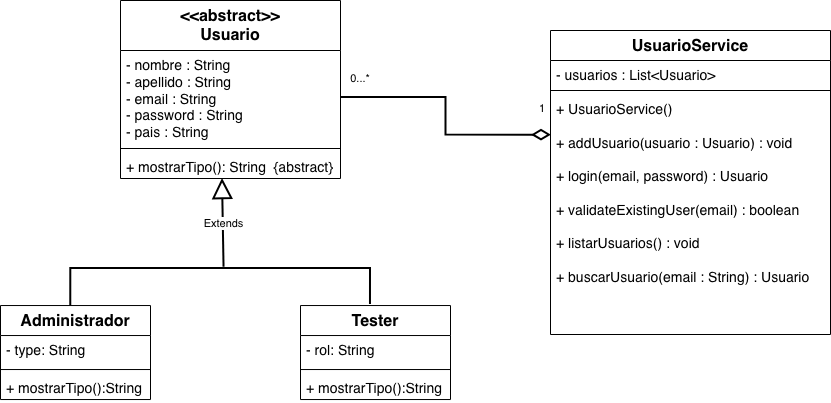
This is docs/images/UML.drawio.png from Diegodlba/tarea_cestore, a draw.io export, as it was before one commit. Source tidied: cells renumbered, new cells last; positions are measured from the earlier drawing's top-left corner, leaving out a move shared by most shapes.
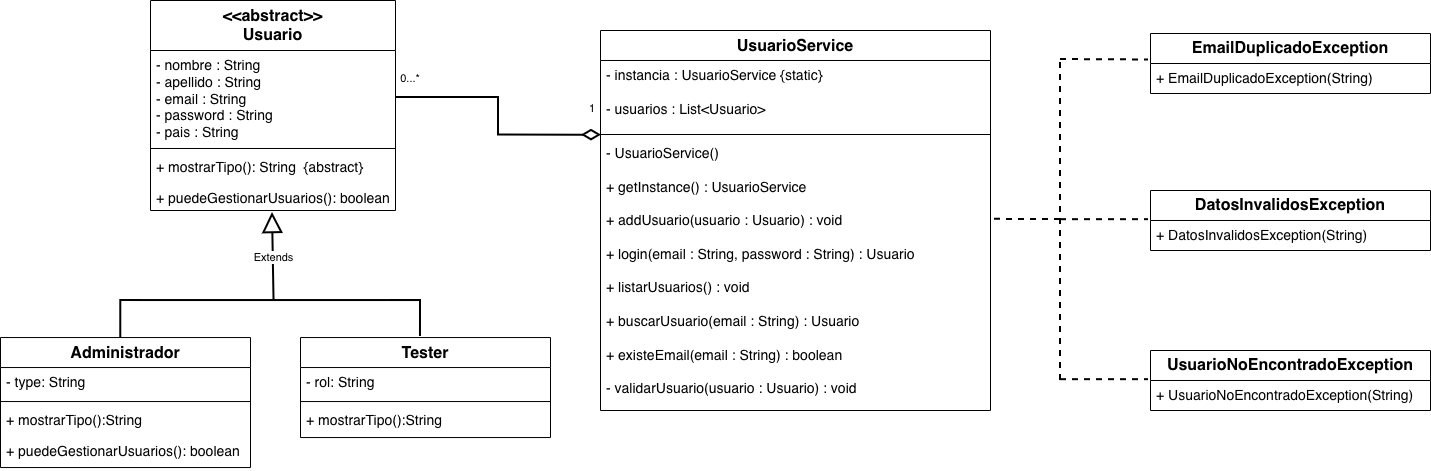
The same file after the commit.

Diff of the diagram source:
```diff
@@ -3,39 +3,39 @@
     <mxCell id="0" />
     <mxCell id="1" parent="0" />
     <mxCell id="2" value="&lt;font style=&quot;font-size: 16px;&quot;&gt;UsuarioService&lt;/font&gt;" style="swimlane;fontStyle=1;align=center;verticalAlign=top;horizontal=1;startSize=30;whiteSpace=wrap;html=1;" parent="1" vertex="1">
-      <mxGeometry x="550" y="30" width="280" height="304" as="geometry" />
+      <mxGeometry x="550" y="30" width="390" height="380" as="geometry" />
     </mxCell>
-    <mxCell id="3" value="&lt;font style=&quot;font-size: 14px;&quot;&gt;- usuarios : List&amp;lt;Usuario&amp;gt;&amp;nbsp;&lt;/font&gt;" style="text;strokeColor=none;fillColor=none;align=left;verticalAlign=top;spacingLeft=4;spacingRight=4;overflow=hidden;whiteSpace=wrap;html=1;" parent="2" vertex="1">
-      <mxGeometry y="30" width="280" height="26" as="geometry" />
+    <mxCell id="3" value="&lt;div&gt;&lt;font style=&quot;font-size: 14px;&quot;&gt;- instancia : UsuarioService {static}&amp;nbsp;&lt;/font&gt;&lt;/div&gt;&lt;font style=&quot;font-size: 14px;&quot;&gt;&lt;div&gt;&lt;font style=&quot;font-size: 14px;&quot;&gt;&lt;br&gt;&lt;/font&gt;&lt;/div&gt;- usuarios : List&amp;lt;Usuario&amp;gt;&amp;nbsp;&lt;/font&gt;" style="text;strokeColor=none;fillColor=none;align=left;verticalAlign=top;spacingLeft=4;spacingRight=4;overflow=hidden;whiteSpace=wrap;html=1;" parent="2" vertex="1">
+      <mxGeometry y="30" width="390" height="70" as="geometry" />
     </mxCell>
     <mxCell id="4" style="line;strokeWidth=1;fillColor=none;align=left;verticalAlign=middle;spacingTop=-1;spacingLeft=3;spacingRight=3;labelPosition=right;strokeColor=inherit;" parent="2" vertex="1">
-      <mxGeometry y="56" width="280" height="8" as="geometry" />
+      <mxGeometry y="100" width="390" height="8" as="geometry" />
     </mxCell>
-    <mxCell id="5" value="&lt;font style=&quot;font-size: 14px;&quot;&gt;+ UsuarioService()&lt;br&gt;&lt;br&gt;&lt;/font&gt;&lt;div&gt;&lt;font style=&quot;font-size: 14px;&quot;&gt;+ addUsuario(usuario : Usuario) : void&amp;nbsp;&lt;br&gt;&lt;br&gt;+ login(email, password) : Usuario &lt;br&gt;&lt;br&gt;+ validateExistingUser(email) : boolean&lt;/font&gt;&lt;/div&gt;&lt;div&gt;&lt;font style=&quot;font-size: 14px;&quot;&gt;&lt;br&gt;&lt;/font&gt;&lt;/div&gt;&lt;div&gt;&lt;font style=&quot;font-size: 14px;&quot;&gt;+ listarUsuarios() : void&lt;/font&gt;&lt;/div&gt;&lt;div&gt;&lt;font style=&quot;font-size: 14px;&quot;&gt;&lt;br&gt;+ buscarUsuario(email : String) : Usuario&lt;/font&gt;&lt;/div&gt;" style="text;strokeColor=none;fillColor=none;align=left;verticalAlign=top;spacingLeft=4;spacingRight=4;overflow=hidden;whiteSpace=wrap;html=1;" parent="2" vertex="1">
-      <mxGeometry y="64" width="280" height="240" as="geometry" />
+    <mxCell id="5" value="&lt;font style=&quot;font-size: 14px;&quot;&gt;- UsuarioService()&lt;/font&gt;&lt;div&gt;&lt;font style=&quot;font-size: 14px;&quot;&gt;&lt;br&gt;&lt;/font&gt;&lt;/div&gt;&lt;div&gt;&lt;font style=&quot;font-size: 14px;&quot;&gt;+ getInstance() : UsuarioService&lt;br&gt;&lt;br&gt;&lt;/font&gt;&lt;div&gt;&lt;font style=&quot;font-size: 14px;&quot;&gt;+ addUsuario(usuario : Usuario) : void&amp;nbsp;&lt;br&gt;&lt;br&gt;+ login(email : String, password : String&lt;/font&gt;&lt;span style=&quot;font-size: 14px; background-color: transparent; color: light-dark(rgb(0, 0, 0), rgb(255, 255, 255));&quot;&gt;) : Usuario&lt;/span&gt;&lt;/div&gt;&lt;div&gt;&lt;font style=&quot;font-size: 14px;&quot;&gt;&lt;br&gt;&lt;/font&gt;&lt;/div&gt;&lt;div&gt;&lt;font style=&quot;font-size: 14px;&quot;&gt;+ listarUsuarios() : void&lt;/font&gt;&lt;/div&gt;&lt;div&gt;&lt;font style=&quot;font-size: 14px;&quot;&gt;&lt;br&gt;+ buscarUsuario(email : String) : Usuario&lt;/font&gt;&lt;/div&gt;&lt;/div&gt;&lt;div&gt;&lt;font style=&quot;font-size: 14px;&quot;&gt;&lt;br&gt;&lt;/font&gt;&lt;/div&gt;&lt;div&gt;&lt;font style=&quot;font-size: 14px;&quot;&gt;+ existeEmail(email : String) : boolean&lt;/font&gt;&lt;/div&gt;&lt;div&gt;&lt;font style=&quot;font-size: 14px;&quot;&gt;&lt;br&gt;&lt;/font&gt;&lt;/div&gt;&lt;div&gt;&lt;font style=&quot;font-size: 14px;&quot;&gt;- validarUsuario(usuario : Usuario) : void&lt;/font&gt;&lt;/div&gt;" style="text;strokeColor=none;fillColor=none;align=left;verticalAlign=top;spacingLeft=4;spacingRight=4;overflow=hidden;whiteSpace=wrap;html=1;" parent="2" vertex="1">
+      <mxGeometry y="108" width="390" height="272" as="geometry" />
     </mxCell>
     <mxCell id="6" value="Extends" style="endArrow=block;endSize=16;endFill=0;html=1;rounded=0;entryX=0.5;entryY=1.106;entryDx=0;entryDy=0;entryPerimeter=0;exitX=0.511;exitY=1.088;exitDx=0;exitDy=0;exitPerimeter=0;strokeWidth=2;" parent="1" edge="1">
       <mxGeometry relative="1" as="geometry">
-        <mxPoint x="223.5" y="266.7" as="sourcePoint" />
-        <mxPoint x="222" y="178" as="targetPoint" />
+        <mxPoint x="223.5" y="300.7" as="sourcePoint" />
+        <mxPoint x="222" y="212" as="targetPoint" />
       </mxGeometry>
     </mxCell>
     <mxCell id="7" style="line;strokeWidth=2;fillColor=none;align=left;verticalAlign=middle;spacingTop=-1;spacingLeft=3;spacingRight=3;labelPosition=right;strokeColor=inherit;" parent="1" vertex="1">
-      <mxGeometry x="80" y="264" width="290" height="8" as="geometry" />
+      <mxGeometry x="80" y="296" width="290" height="8" as="geometry" />
     </mxCell>
     <mxCell id="8" style="ellipse;whiteSpace=wrap;html=1;align=center;fillColor=none;strokeColor=none;perimeter=centerPerimeter;" parent="1" vertex="1">
-      <mxGeometry x="260" y="336" width="10" height="10" as="geometry" />
+      <mxGeometry x="260" y="368" width="10" height="10" as="geometry" />
     </mxCell>
     <mxCell id="9" style="edgeStyle=orthogonalEdgeStyle;rounded=0;orthogonalLoop=1;jettySize=auto;html=1;entryX=0.857;entryY=0.096;entryDx=0;entryDy=0;entryPerimeter=0;startArrow=none;startFill=0;endArrow=none;endFill=0;strokeWidth=2;" parent="1" edge="1">
       <mxGeometry relative="1" as="geometry">
-        <mxPoint x="340" y="268" as="sourcePoint" />
-        <mxPoint x="370" y="304" as="targetPoint" />
+        <mxPoint x="340" y="300" as="sourcePoint" />
+        <mxPoint x="370" y="336" as="targetPoint" />
       </mxGeometry>
     </mxCell>
     <mxCell id="10" style="edgeStyle=orthogonalEdgeStyle;rounded=0;orthogonalLoop=1;jettySize=auto;html=1;entryX=0.352;entryY=-0.007;entryDx=0;entryDy=0;entryPerimeter=0;strokeWidth=2;endArrow=none;endFill=0;" parent="1" edge="1">
       <mxGeometry relative="1" as="geometry">
-        <mxPoint x="91" y="268" as="sourcePoint" />
-        <mxPoint x="70.3" y="305.7" as="targetPoint" />
+        <mxPoint x="91" y="300" as="sourcePoint" />
+        <mxPoint x="70.3" y="337.7" as="targetPoint" />
       </mxGeometry>
     </mxCell>
     <mxCell id="11" style="endArrow=none;html=1;endSize=12;startArrow=diamondThin;startSize=14;startFill=0;edgeStyle=orthogonalEdgeStyle;align=left;verticalAlign=bottom;rounded=0;exitX=0.004;exitY=0.186;exitDx=0;exitDy=0;exitPerimeter=0;strokeWidth=2;endFill=0;" parent="1" edge="1" target="15">
@@ -50,40 +50,87 @@
       <mxGeometry x="512" y="93" width="60" height="30" as="geometry" />
     </mxCell>
     <mxCell id="14" value="&lt;font style=&quot;font-size: 16px;&quot;&gt;&amp;lt;&amp;lt;abstract&amp;gt;&amp;gt;&lt;/font&gt;&lt;div&gt;&lt;font style=&quot;font-size: 16px;&quot;&gt;Usuario&lt;/font&gt;&lt;/div&gt;" style="swimlane;fontStyle=1;align=center;verticalAlign=top;horizontal=1;startSize=50;whiteSpace=wrap;html=1;" parent="1" vertex="1">
-      <mxGeometry x="120" width="220" height="178" as="geometry" />
+      <mxGeometry x="100" width="245" height="210" as="geometry" />
     </mxCell>
     <mxCell id="15" value="&lt;span style=&quot;font-size: 14px;&quot;&gt;- nombre : String&lt;/span&gt;&lt;br style=&quot;font-size: 14px;&quot;&gt;&lt;span style=&quot;font-size: 14px;&quot;&gt;- apellido : String&lt;/span&gt;&lt;br style=&quot;font-size: 14px;&quot;&gt;&lt;span style=&quot;font-size: 14px;&quot;&gt;- email : String&lt;/span&gt;&lt;br style=&quot;font-size: 14px;&quot;&gt;&lt;span style=&quot;font-size: 14px;&quot;&gt;- password : String&lt;/span&gt;&lt;br style=&quot;font-size: 14px;&quot;&gt;&lt;span style=&quot;font-size: 14px;&quot;&gt;- pais : String&lt;/span&gt;" style="text;strokeColor=none;fillColor=none;align=left;verticalAlign=top;spacingLeft=4;spacingRight=4;overflow=hidden;points=[[0,0.5],[1,0.5]];portConstraint=eastwest;whiteSpace=wrap;html=1;" parent="14" vertex="1">
-      <mxGeometry y="50" width="220" height="94" as="geometry" />
+      <mxGeometry y="50" width="245" height="94" as="geometry" />
     </mxCell>
     <mxCell id="16" style="line;strokeWidth=1;fillColor=none;align=left;verticalAlign=middle;spacingTop=-1;spacingLeft=3;spacingRight=3;labelPosition=right;strokeColor=inherit;" parent="14" vertex="1">
-      <mxGeometry y="144" width="220" height="8" as="geometry" />
+      <mxGeometry y="144" width="245" height="8" as="geometry" />
     </mxCell>
-    <mxCell id="17" value="&lt;font style=&quot;font-size: 14px;&quot;&gt;+ mostrarTipo(): String&amp;nbsp; {abstract}&lt;/font&gt;" style="text;strokeColor=none;fillColor=none;align=left;verticalAlign=top;spacingLeft=4;spacingRight=4;overflow=hidden;whiteSpace=wrap;html=1;" parent="14" vertex="1">
-      <mxGeometry y="152" width="220" height="26" as="geometry" />
+    <mxCell id="17" value="&lt;font style=&quot;font-size: 14px;&quot;&gt;+ mostrarTipo(): String&amp;nbsp; {abstract}&lt;/font&gt;&lt;div&gt;&lt;font style=&quot;font-size: 14px;&quot;&gt;&lt;pre class=&quot;overflow-visible! px-0!&quot;&gt;&lt;div class=&quot;relative w-full mt-4 mb-1&quot;&gt;&lt;div class=&quot;&quot;&gt;&lt;div class=&quot;contents&quot;&gt;&lt;div class=&quot;relative&quot;&gt;&lt;div class=&quot;h-full min-h-0 min-w-0&quot;&gt;&lt;div class=&quot;h-full min-h-0 min-w-0&quot;&gt;&lt;div class=&quot;border border-token-border-light border-radius-3xl corner-superellipse/1.1 rounded-3xl&quot;&gt;&lt;div class=&quot;h-full w-full border-radius-3xl bg-(--code-block-surface) corner-superellipse/1.1 overflow-clip rounded-3xl [--code-block-surface:var(--bg-elevated-secondary)] dark:[--code-block-surface:var(--composer-surface-primary)] lxnfua_clipPathFallback&quot;&gt;&lt;div class=&quot;relative&quot;&gt;&lt;div class=&quot;pe-11 pt-3&quot;&gt;&lt;div class=&quot;relative z-0 flex max-w-full&quot;&gt;&lt;div id=&quot;code-block-viewer&quot; dir=&quot;ltr&quot; class=&quot;q9tKkq_viewer cm-editor z-10 light:cm-light dark:cm-light flex h-full w-full flex-col items-stretch ͼs ͼ16&quot;&gt;&lt;div class=&quot;cm-scroller&quot;&gt;&lt;pre class=&quot;cm-content q9tKkq_readonly m-0 PDq2pG_selectionAnchorContainer&quot;&gt;&lt;code&gt;&lt;font face=&quot;Helvetica&quot;&gt;+ puedeGestionarUsuarios(): boolean&lt;/font&gt;&lt;/code&gt;&lt;span aria-hidden=&quot;true&quot; class=&quot;PDq2pG_selectionAnchor&quot;&gt;&lt;/span&gt;&lt;/pre&gt;&lt;/div&gt;&lt;/div&gt;&lt;/div&gt;&lt;/div&gt;&lt;/div&gt;&lt;/div&gt;&lt;/div&gt;&lt;/div&gt;&lt;/div&gt;&lt;div class=&quot;&quot;&gt;&lt;div class=&quot;&quot;&gt;&lt;/div&gt;&lt;/div&gt;&lt;/div&gt;&lt;/div&gt;&lt;/div&gt;&lt;/div&gt;&lt;/pre&gt;&lt;br/&gt;&lt;p&gt;&lt;/p&gt;&lt;/font&gt;&lt;/div&gt;" style="text;strokeColor=none;fillColor=none;align=left;verticalAlign=top;spacingLeft=4;spacingRight=4;overflow=hidden;whiteSpace=wrap;html=1;" parent="14" vertex="1">
+      <mxGeometry y="152" width="245" height="58" as="geometry" />
     </mxCell>
     <mxCell id="18" value="&lt;span style=&quot;font-size: 16px;&quot;&gt;Administrador&lt;/span&gt;" style="swimlane;fontStyle=1;align=center;verticalAlign=top;horizontal=1;startSize=30;whiteSpace=wrap;html=1;" parent="1" vertex="1">
-      <mxGeometry y="305" width="150" height="94" as="geometry" />
+      <mxGeometry x="-50" y="337" width="250" height="130" as="geometry" />
     </mxCell>
     <mxCell id="19" value="&lt;span style=&quot;font-size: 14px;&quot;&gt;- type: String&lt;/span&gt;" style="text;strokeColor=none;fillColor=none;align=left;verticalAlign=top;spacingLeft=4;spacingRight=4;overflow=hidden;whiteSpace=wrap;html=1;" parent="18" vertex="1">
-      <mxGeometry y="30" width="150" height="30" as="geometry" />
+      <mxGeometry y="30" width="250" height="30" as="geometry" />
     </mxCell>
     <mxCell id="20" style="line;strokeWidth=1;fillColor=none;align=left;verticalAlign=middle;spacingTop=-1;spacingLeft=3;spacingRight=3;labelPosition=right;strokeColor=inherit;" parent="18" vertex="1">
-      <mxGeometry y="60" width="150" height="8" as="geometry" />
+      <mxGeometry y="60" width="250" height="8" as="geometry" />
     </mxCell>
-    <mxCell id="21" value="&lt;font style=&quot;font-size: 14px;&quot;&gt;+ mostrarTipo():String&lt;/font&gt;" style="text;strokeColor=none;fillColor=none;align=left;verticalAlign=top;spacingLeft=4;spacingRight=4;overflow=hidden;whiteSpace=wrap;html=1;" parent="18" vertex="1">
-      <mxGeometry y="68" width="150" height="26" as="geometry" />
+    <mxCell id="21" value="&lt;font style=&quot;font-size: 14px;&quot;&gt;+ mostrarTipo():String&lt;/font&gt;&lt;div&gt;&lt;font style=&quot;font-size: 14px;&quot;&gt;&lt;div class=&quot;h-full min-h-0 min-w-0&quot; style=&quot;font-family: monospace; white-space: pre;&quot;&gt;&lt;div class=&quot;h-full min-h-0 min-w-0&quot;&gt;&lt;div class=&quot;border border-token-border-light border-radius-3xl corner-superellipse/1.1 rounded-3xl&quot;&gt;&lt;div class=&quot;h-full w-full border-radius-3xl bg-(--code-block-surface) corner-superellipse/1.1 overflow-clip rounded-3xl [--code-block-surface:var(--bg-elevated-secondary)] dark:[--code-block-surface:var(--composer-surface-primary)] lxnfua_clipPathFallback&quot;&gt;&lt;div class=&quot;relative&quot;&gt;&lt;div class=&quot;pe-11 pt-3&quot;&gt;&lt;div class=&quot;relative z-0 flex max-w-full&quot;&gt;&lt;div id=&quot;code-block-viewer&quot; dir=&quot;ltr&quot; class=&quot;q9tKkq_viewer cm-editor z-10 light:cm-light dark:cm-light flex h-full w-full flex-col items-stretch ͼs ͼ16&quot;&gt;&lt;div class=&quot;cm-scroller&quot;&gt;&lt;pre class=&quot;cm-content q9tKkq_readonly m-0 PDq2pG_selectionAnchorContainer&quot;&gt;&lt;code&gt;&lt;font face=&quot;Helvetica&quot;&gt;+ puedeGestionarUsuarios(): boolean&lt;/font&gt;&lt;/code&gt;&lt;/pre&gt;&lt;/div&gt;&lt;/div&gt;&lt;/div&gt;&lt;/div&gt;&lt;/div&gt;&lt;/div&gt;&lt;/div&gt;&lt;/div&gt;&lt;/div&gt;&lt;div class=&quot;&quot; style=&quot;font-family: monospace; white-space: pre;&quot;&gt;&lt;/div&gt;&lt;/font&gt;&lt;/div&gt;" style="text;strokeColor=none;fillColor=none;align=left;verticalAlign=top;spacingLeft=4;spacingRight=4;overflow=hidden;whiteSpace=wrap;html=1;" parent="18" vertex="1">
+      <mxGeometry y="68" width="250" height="62" as="geometry" />
     </mxCell>
     <mxCell id="22" value="&lt;span style=&quot;font-size: 16px;&quot;&gt;Tester&lt;/span&gt;" style="swimlane;fontStyle=1;align=center;verticalAlign=top;horizontal=1;startSize=30;whiteSpace=wrap;html=1;" parent="1" vertex="1">
-      <mxGeometry x="300" y="305" width="150" height="94" as="geometry" />
+      <mxGeometry x="250" y="337" width="250" height="100" as="geometry" />
     </mxCell>
     <mxCell id="23" value="&lt;span style=&quot;font-size: 14px;&quot;&gt;- rol: String&lt;/span&gt;" style="text;strokeColor=none;fillColor=none;align=left;verticalAlign=top;spacingLeft=4;spacingRight=4;overflow=hidden;whiteSpace=wrap;html=1;" parent="22" vertex="1">
-      <mxGeometry y="30" width="150" height="30" as="geometry" />
+      <mxGeometry y="30" width="250" height="30" as="geometry" />
     </mxCell>
     <mxCell id="24" style="line;strokeWidth=1;fillColor=none;align=left;verticalAlign=middle;spacingTop=-1;spacingLeft=3;spacingRight=3;labelPosition=right;strokeColor=inherit;" parent="22" vertex="1">
-      <mxGeometry y="60" width="150" height="8" as="geometry" />
+      <mxGeometry y="60" width="250" height="8" as="geometry" />
     </mxCell>
-    <mxCell id="25" value="&lt;font style=&quot;font-size: 14px;&quot;&gt;+ mostrarTipo():String&lt;/font&gt;" style="text;strokeColor=none;fillColor=none;align=left;verticalAlign=top;spacingLeft=4;spacingRight=4;overflow=hidden;whiteSpace=wrap;html=1;" parent="22" vertex="1">
-      <mxGeometry y="68" width="150" height="26" as="geometry" />
+    <mxCell id="25" value="&lt;font style=&quot;font-size: 14px;&quot;&gt;+ mostrarTipo():String&lt;/font&gt;&lt;div&gt;&lt;div class=&quot;&quot; style=&quot;font-family: monospace; font-size: 14px; white-space: pre;&quot;&gt;&lt;/div&gt;&lt;/div&gt;" style="text;strokeColor=none;fillColor=none;align=left;verticalAlign=top;spacingLeft=4;spacingRight=4;overflow=hidden;whiteSpace=wrap;html=1;" parent="22" vertex="1">
+      <mxGeometry y="68" width="250" height="32" as="geometry" />
     </mxCell>
+    <mxCell id="26" value="&lt;font style=&quot;font-size: 16px;&quot;&gt;&lt;b&gt;EmailDuplicadoException&lt;/b&gt;&lt;/font&gt;" style="swimlane;fontStyle=0;horizontal=1;startSize=30;whiteSpace=wrap;html=1;" parent="1" vertex="1">
+      <mxGeometry x="1100" y="33" width="280" height="60" as="geometry" />
+    </mxCell>
+    <mxCell id="27" value="&lt;font style=&quot;font-size: 14px;&quot;&gt;+ EmailDuplicadoException(String)&lt;/font&gt;" style="text;strokeColor=none;fillColor=none;align=left;verticalAlign=middle;spacingLeft=4;spacingRight=4;overflow=hidden;points=[[0,0.5],[1,0.5]];portConstraint=eastwest;whiteSpace=wrap;html=1;" parent="26" vertex="1">
+      <mxGeometry y="30" width="280" height="30" as="geometry" />
+    </mxCell>
+    <mxCell id="28" value="&lt;font style=&quot;font-size: 16px;&quot;&gt;&lt;b&gt;DatosInvalidosException&lt;/b&gt;&lt;/font&gt;" style="swimlane;fontStyle=0;horizontal=1;startSize=30;whiteSpace=wrap;html=1;" parent="1" vertex="1">
+      <mxGeometry x="1100" y="190" width="280" height="60" as="geometry" />
+    </mxCell>
+    <mxCell id="29" value="&lt;font style=&quot;font-size: 14px;&quot;&gt;+ DatosInvalidosException(String)&lt;/font&gt;" style="text;strokeColor=none;fillColor=none;align=left;verticalAlign=middle;spacingLeft=4;spacingRight=4;overflow=hidden;whiteSpace=wrap;html=1;" parent="28" vertex="1">
+      <mxGeometry y="30" width="280" height="30" as="geometry" />
+    </mxCell>
+    <mxCell id="30" value="&lt;font style=&quot;font-size: 16px;&quot;&gt;&lt;b&gt;UsuarioNoEncontradoException&lt;/b&gt;&lt;/font&gt;" style="swimlane;fontStyle=0;horizontal=1;startSize=30;whiteSpace=wrap;html=1;" parent="1" vertex="1">
+      <mxGeometry x="1100" y="350" width="280" height="60" as="geometry" />
+    </mxCell>
+    <mxCell id="31" value="&lt;font style=&quot;font-size: 14px;&quot;&gt;+ UsuarioNoEncontradoException(String)&lt;/font&gt;" style="text;strokeColor=none;fillColor=none;align=left;verticalAlign=middle;spacingLeft=4;spacingRight=4;overflow=hidden;whiteSpace=wrap;html=1;" parent="30" vertex="1">
+      <mxGeometry y="30" width="280" height="30" as="geometry" />
+    </mxCell>
+    <mxCell id="32" style="endArrow=none;dashed=1;html=1;rounded=0;strokeWidth=2;" parent="1" edge="1">
+      <mxGeometry relative="1" as="geometry">
+        <mxPoint x="1010" y="380" as="sourcePoint" />
+        <mxPoint x="1010" y="60" as="targetPoint" />
+      </mxGeometry>
+    </mxCell>
+    <mxCell id="33" style="endArrow=none;dashed=1;html=1;rounded=0;entryX=-0.007;entryY=-0.117;entryDx=0;entryDy=0;entryPerimeter=0;strokeWidth=2;" parent="1" edge="1" target="27">
+      <mxGeometry relative="1" as="geometry">
+        <mxPoint x="1010" y="59" as="sourcePoint" />
+      </mxGeometry>
+    </mxCell>
+    <mxCell id="34" style="endArrow=none;dashed=1;html=1;rounded=0;entryX=-0.007;entryY=-0.117;entryDx=0;entryDy=0;entryPerimeter=0;strokeWidth=2;" parent="1" edge="1">
+      <mxGeometry relative="1" as="geometry">
+        <mxPoint x="1010" y="219.2" as="sourcePoint" />
+        <mxPoint x="1098" y="219.2" as="targetPoint" />
+      </mxGeometry>
+    </mxCell>
+    <mxCell id="35" style="endArrow=none;dashed=1;html=1;rounded=0;entryX=-0.007;entryY=-0.117;entryDx=0;entryDy=0;entryPerimeter=0;strokeWidth=2;" parent="1" edge="1">
+      <mxGeometry relative="1" as="geometry">
+        <mxPoint x="1010" y="379.2" as="sourcePoint" />
+        <mxPoint x="1098" y="379.2" as="targetPoint" />
+      </mxGeometry>
+    </mxCell>
+    <mxCell id="36" style="endArrow=none;dashed=1;html=1;rounded=0;entryX=1.008;entryY=0.312;entryDx=0;entryDy=0;entryPerimeter=0;strokeWidth=2;" parent="1" edge="1">
+      <mxGeometry relative="1" as="geometry">
+        <mxPoint x="1010" y="219" as="sourcePoint" />
+        <mxPoint x="943.1" y="218.9" as="targetPoint" />
+      </mxGeometry>
+    </mxCell>
   </root>
 </mxGraphModel>
```
